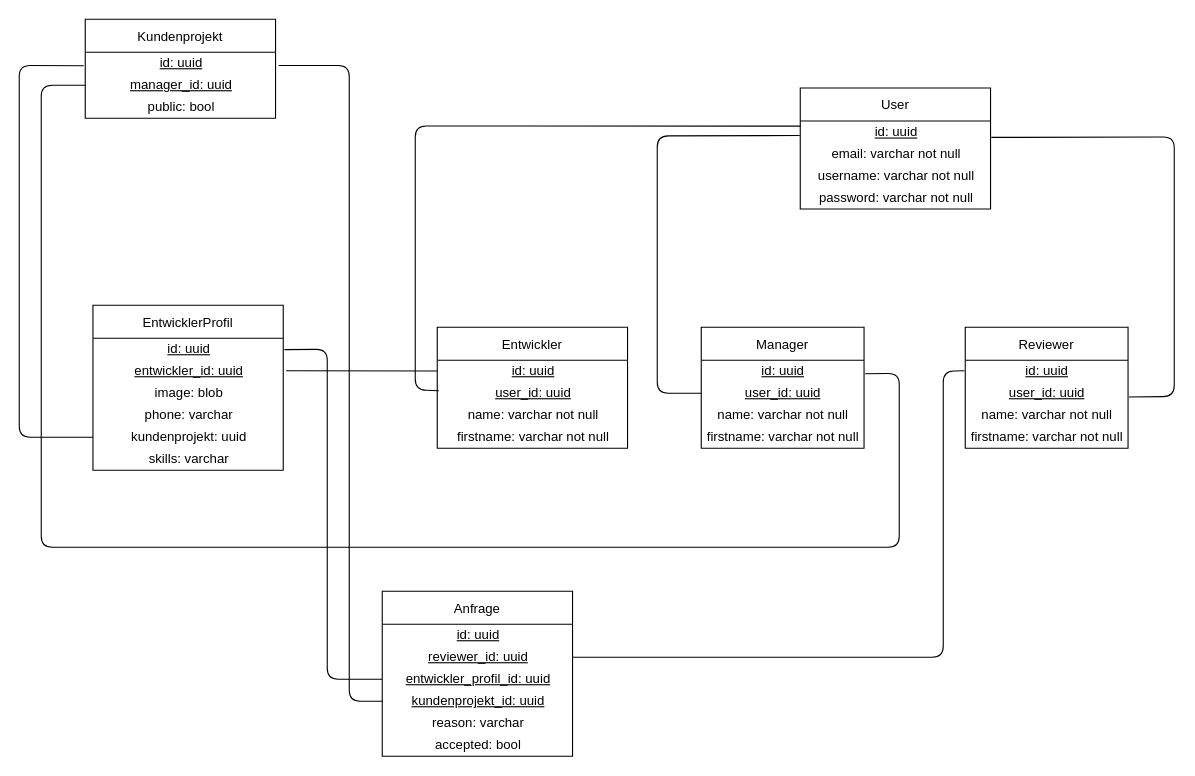
The draw.io diagram page "Logisch" (2 of 2) of docs/diagram/ERDiagramm.drawio in TomKeppeler/WRAM, before the edit. Source tidied: cells renumbered, new cells numbered last; positions are measured from the earlier drawing's top-left corner, leaving out a move shared by most shapes. Both pictures are drawn from the tidied source at 110%, with x=0, y=0 at pixel (19, 19).
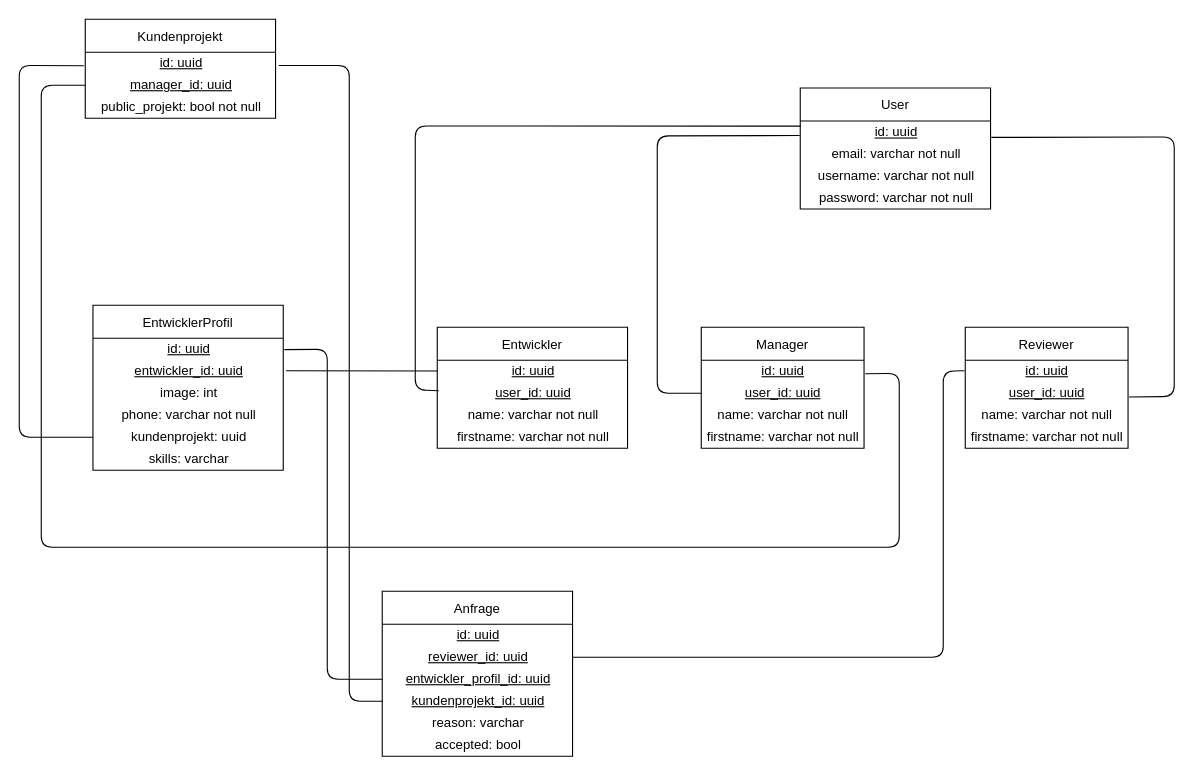
After the change.

The change refers to these unchanged cells:
```xml
<mxCell id="25" value="EntwicklerProfil" style="swimlane;fontStyle=0;horizontal=1;startSize=30;" parent="1" vertex="1">
  <mxGeometry x="67" y="260" width="173" height="150" as="geometry" />
</mxCell>
<mxCell id="34" value="Kundenprojekt" style="swimlane;fontStyle=0;horizontal=1;startSize=30;" parent="1" vertex="1">
  <mxGeometry x="60" width="173" height="90" as="geometry" />
</mxCell>
```

Change to the diagram source:
```diff
@@
-    <mxCell id="28" value="image: blob" style="text;html=1;align=center;verticalAlign=middle;strokeColor=none;fillColor=none;" parent="25" vertex="1">
+    <mxCell id="28" value="image: int" style="text;html=1;align=center;verticalAlign=middle;strokeColor=none;fillColor=none;" parent="25" vertex="1">
       <mxGeometry y="70" width="173" height="20" as="geometry" />
     </mxCell>
-    <mxCell id="29" value="phone: varchar" style="text;html=1;align=center;verticalAlign=middle;strokeColor=none;fillColor=none;" parent="25" vertex="1">
+    <mxCell id="29" value="phone: varchar not null" style="text;html=1;align=center;verticalAlign=middle;strokeColor=none;fillColor=none;" parent="25" vertex="1">
       <mxGeometry y="90" width="173" height="20" as="geometry" />
     </mxCell>
@@
-    <mxCell id="37" value="public: bool" style="text;html=1;align=center;verticalAlign=middle;strokeColor=none;fillColor=none;" parent="34" vertex="1">
+    <mxCell id="37" value="public_projekt: bool not null" style="text;html=1;align=center;verticalAlign=middle;strokeColor=none;fillColor=none;" parent="34" vertex="1">
       <mxGeometry y="70" width="173" height="20" as="geometry" />
     </mxCell>
```
